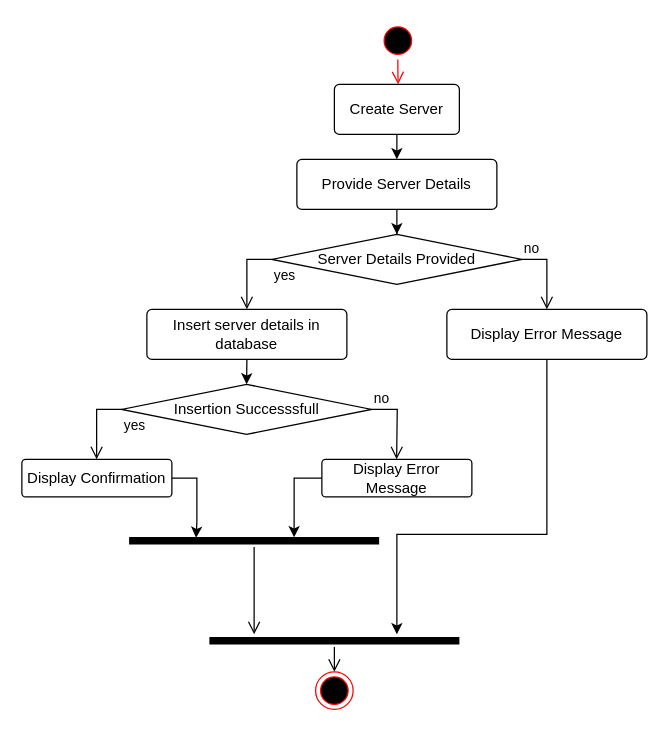
The draw.io diagram Activity Diagram/Server Creation Module.drawio in Harshul1484/BMP-, before the edit. Source tidied: cells renumbered, new cells numbered last; positions are measured from the earlier drawing's top-left corner, leaving out a move shared by most shapes. Both pictures are drawn from the tidied source at 125%, with x=0, y=0 at pixel (21, 21).
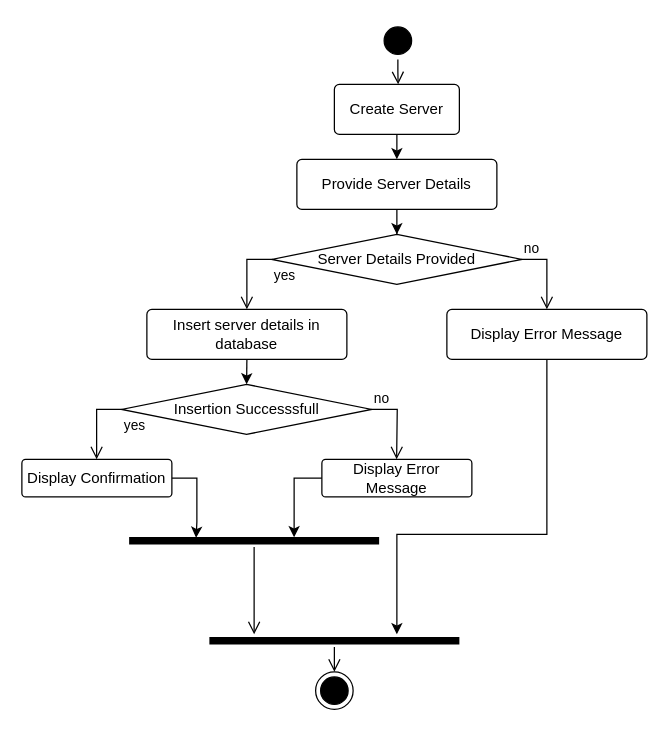
After the change.

What changed in the source:
```diff
@@
-    <mxCell id="15" style="ellipse;html=1;shape=startState;fillColor=#000000;strokeColor=#ff0000;" parent="1" vertex="1">
+    <mxCell id="15" style="ellipse;html=1;shape=startState;fillColor=#000000;strokeColor=#000000;" parent="1" vertex="1">
       <mxGeometry x="285.8" width="30" height="30" as="geometry" />
     </mxCell>
-    <mxCell id="16" style="edgeStyle=orthogonalEdgeStyle;html=1;verticalAlign=bottom;endArrow=open;endSize=8;strokeColor=#ff0000;rounded=0;" parent="1" edge="1" source="15">
+    <mxCell id="16" style="edgeStyle=orthogonalEdgeStyle;html=1;verticalAlign=bottom;endArrow=open;endSize=8;strokeColor=#000000;rounded=0;" parent="1" edge="1" source="15">
       <mxGeometry relative="1" as="geometry">
         <mxPoint x="301" y="50" as="targetPoint" />
       </mxGeometry>
     </mxCell>
@@
-    <mxCell id="25" style="ellipse;html=1;shape=endState;fillColor=#000000;strokeColor=#ff0000;" parent="1" vertex="1">
+    <mxCell id="25" style="ellipse;html=1;shape=endState;fillColor=#000000;strokeColor=#000000;" parent="1" vertex="1">
       <mxGeometry x="235" y="520" width="30" height="30" as="geometry" />
     </mxCell>
```
